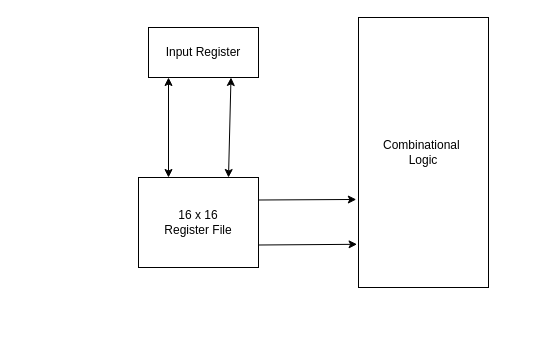
dana-66/Cryptographic-coprocessor keeps this draw.io diagram as Untitled Diagram.drawio. Above is the earlier version. Source tidied: cells renumbered, new cells numbered last; positions are measured from the earlier drawing's top-left corner, leaving out a move shared by most shapes. Both pictures are drawn from the tidied source at 100%, with x=0, y=0 at pixel (138, 17).
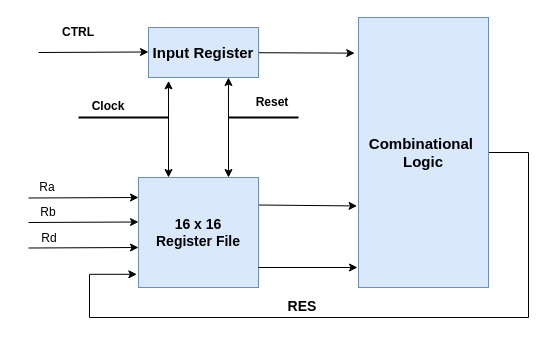
After the change.

The edit, as a diff of the source:
```diff
@@
+    <mxCell id="9" style="rounded=0;jettySize=auto;html=1;entryX=-0.029;entryY=0.132;entryDx=0;entryDy=0;entryPerimeter=0;" parent="1" edge="1" source="2" target="8">
+      <mxGeometry relative="1" as="geometry" />
+    </mxCell>
-    <mxCell id="2" value="Input Register" style="rounded=0;whiteSpace=wrap;html=1;" parent="1" vertex="1">
+    <mxCell id="2" value="&lt;b&gt;&lt;font style=&quot;font-size: 15px;&quot;&gt;Input Register&lt;/font&gt;&lt;/b&gt;" style="rounded=0;whiteSpace=wrap;html=1;fillColor=#dae8fc;strokeColor=#6c8ebf;" parent="1" vertex="1">
       <mxGeometry x="10" y="10" width="110" height="50" as="geometry" />
     </mxCell>
-    <mxCell id="3" style="rounded=0;jettySize=auto;html=1;entryX=0.75;entryY=1;entryDx=0;entryDy=0;exitX=0.75;exitY=0;exitDx=0;exitDy=0;startArrow=classic;startFill=1;" parent="1" edge="1" source="7" target="2">
+    <mxCell id="3" style="rounded=0;jettySize=auto;html=1;exitX=0.75;exitY=0;exitDx=0;exitDy=0;startArrow=classic;startFill=1;entryX=0.727;entryY=1;entryDx=0;entryDy=0;entryPerimeter=0;" parent="1" edge="1" source="7" target="2">
       <mxGeometry relative="1" as="geometry" />
     </mxCell>
-    <mxCell id="4" style="rounded=0;jettySize=auto;html=1;exitX=0.25;exitY=0;exitDx=0;exitDy=0;startArrow=classic;startFill=1;" parent="1" edge="1" source="7">
-      <mxGeometry relative="1" as="geometry">
-        <mxPoint x="30" y="60" as="targetPoint" />
-      </mxGeometry>
+    <mxCell id="4" style="rounded=0;jettySize=auto;html=1;exitX=0.25;exitY=0;exitDx=0;exitDy=0;startArrow=classic;startFill=1;entryX=0.182;entryY=1.067;entryDx=0;entryDy=0;entryPerimeter=0;" parent="1" edge="1" source="7" target="2">
+      <mxGeometry relative="1" as="geometry" />
     </mxCell>
-    <mxCell id="5" style="rounded=0;jettySize=auto;html=1;exitX=1;exitY=0.25;exitDx=0;exitDy=0;entryX=-0.017;entryY=0.674;entryDx=0;entryDy=0;entryPerimeter=0;" parent="1" edge="1" source="7" target="8">
-      <mxGeometry relative="1" as="geometry" />
-    </mxCell>
-    <mxCell id="6" style="rounded=0;jettySize=auto;html=1;exitX=1;exitY=0.75;exitDx=0;exitDy=0;entryX=-0.011;entryY=0.84;entryDx=0;entryDy=0;entryPerimeter=0;" parent="1" edge="1" source="7" target="8">
-      <mxGeometry relative="1" as="geometry" />
-    </mxCell>
+    <mxCell id="10" style="rounded=0;jettySize=auto;html=1;exitX=1;exitY=0.25;exitDx=0;exitDy=0;entryX=-0.011;entryY=0.698;entryDx=0;entryDy=0;entryPerimeter=0;" parent="1" edge="1" source="7" target="8">
+      <mxGeometry relative="1" as="geometry" />
+    </mxCell>
-    <mxCell id="7" value="16 x 16&lt;br&gt;Register File" style="rounded=0;whiteSpace=wrap;html=1;" parent="1" vertex="1">
-      <mxGeometry y="160" width="120" height="90" as="geometry" />
+    <mxCell id="7" value="&lt;b style=&quot;font-size: 14px;&quot;&gt;16 x 16&lt;br&gt;Register File&lt;/b&gt;" style="rounded=0;whiteSpace=wrap;html=1;fillColor=#dae8fc;strokeColor=#6c8ebf;" parent="1" vertex="1">
+      <mxGeometry y="160" width="120" height="110" as="geometry" />
     </mxCell>
+    <mxCell id="11" style="edgeStyle=orthogonalEdgeStyle;rounded=0;jettySize=auto;html=1;exitX=1;exitY=0.5;exitDx=0;exitDy=0;entryX=-0.014;entryY=0.88;entryDx=0;entryDy=0;entryPerimeter=0;" parent="1" edge="1" source="8" target="7">
+      <mxGeometry relative="1" as="geometry">
+        <Array as="points">
+          <mxPoint x="390" y="135" />
+          <mxPoint x="390" y="300" />
+          <mxPoint x="-49" y="300" />
+          <mxPoint x="-49" y="257" />
+        </Array>
+      </mxGeometry>
+    </mxCell>
-    <mxCell id="8" value="Combinational&amp;nbsp;&lt;br&gt;Logic" style="rounded=0;whiteSpace=wrap;html=1;" parent="1" vertex="1">
+    <mxCell id="8" value="&lt;b style=&quot;font-size: 15px;&quot;&gt;Combinational&amp;nbsp;&lt;br&gt;Logic&lt;/b&gt;" style="rounded=0;whiteSpace=wrap;html=1;fillColor=#dae8fc;strokeColor=#6c8ebf;" parent="1" vertex="1">
       <mxGeometry x="220" width="130" height="270" as="geometry" />
     </mxCell>
+    <mxCell id="12" style="endArrow=classic;html=1;rounded=0;" parent="1" edge="1">
+      <mxGeometry relative="1" as="geometry">
+        <mxPoint x="-100" y="35" as="sourcePoint" />
+        <mxPoint x="10" y="34.5" as="targetPoint" />
+      </mxGeometry>
+    </mxCell>
+    <mxCell id="13" value="&lt;b&gt;CTRL&lt;/b&gt;" style="text;html=1;strokeColor=none;fillColor=none;align=center;verticalAlign=middle;whiteSpace=wrap;rounded=0;" parent="1" vertex="1">
+      <mxGeometry x="-90" width="60" height="30" as="geometry" />
+    </mxCell>
+    <mxCell id="14" style="endArrow=none;html=1;rounded=0;strokeWidth=2;" parent="1" edge="1">
+      <mxGeometry relative="1" as="geometry">
+        <mxPoint x="-60" y="100" as="sourcePoint" />
+        <mxPoint x="30" y="100" as="targetPoint" />
+      </mxGeometry>
+    </mxCell>
+    <mxCell id="15" style="endArrow=none;html=1;rounded=0;strokeWidth=2;" parent="1" edge="1">
+      <mxGeometry relative="1" as="geometry">
+        <mxPoint x="90" y="100" as="sourcePoint" />
+        <mxPoint x="160" y="100" as="targetPoint" />
+      </mxGeometry>
+    </mxCell>
+    <mxCell id="16" value="&lt;b&gt;Reset&lt;/b&gt;" style="text;html=1;strokeColor=none;fillColor=none;align=center;verticalAlign=middle;whiteSpace=wrap;rounded=0;" parent="1" vertex="1">
+      <mxGeometry x="104" y="70" width="60" height="30" as="geometry" />
+    </mxCell>
+    <mxCell id="17" value="&lt;b&gt;Clock&lt;/b&gt;" style="text;html=1;strokeColor=none;fillColor=none;align=center;verticalAlign=middle;whiteSpace=wrap;rounded=0;" parent="1" vertex="1">
+      <mxGeometry x="-60" y="74" width="60" height="30" as="geometry" />
+    </mxCell>
+    <mxCell id="18" style="endArrow=classic;html=1;rounded=0;" parent="1" edge="1">
+      <mxGeometry relative="1" as="geometry">
+        <mxPoint x="-110" y="180.5" as="sourcePoint" />
+        <mxPoint y="180" as="targetPoint" />
+      </mxGeometry>
+    </mxCell>
+    <mxCell id="19" style="endArrow=classic;html=1;rounded=0;" parent="1" edge="1">
+      <mxGeometry relative="1" as="geometry">
+        <mxPoint x="-110" y="205" as="sourcePoint" />
+        <mxPoint y="204.5" as="targetPoint" />
+      </mxGeometry>
+    </mxCell>
+    <mxCell id="20" style="endArrow=classic;html=1;rounded=0;" parent="1" edge="1">
+      <mxGeometry relative="1" as="geometry">
+        <mxPoint x="-110" y="230.5" as="sourcePoint" />
+        <mxPoint y="230" as="targetPoint" />
+      </mxGeometry>
+    </mxCell>
+    <mxCell id="21" value="Ra" style="text;html=1;strokeColor=none;fillColor=none;align=center;verticalAlign=middle;whiteSpace=wrap;rounded=0;" parent="1" vertex="1">
+      <mxGeometry x="-121" y="155" width="60" height="30" as="geometry" />
+    </mxCell>
+    <mxCell id="22" value="Rb" style="text;html=1;strokeColor=none;fillColor=none;align=center;verticalAlign=middle;whiteSpace=wrap;rounded=0;" parent="1" vertex="1">
+      <mxGeometry x="-120" y="180" width="60" height="30" as="geometry" />
+    </mxCell>
+    <mxCell id="23" value="Rd" style="text;html=1;strokeColor=none;fillColor=none;align=center;verticalAlign=middle;whiteSpace=wrap;rounded=0;" parent="1" vertex="1">
+      <mxGeometry x="-119" y="206" width="60" height="30" as="geometry" />
+    </mxCell>
+    <mxCell id="24" style="rounded=0;orthogonalLoop=1;jettySize=auto;html=1;exitX=1;exitY=0.25;exitDx=0;exitDy=0;entryX=-0.011;entryY=0.698;entryDx=0;entryDy=0;entryPerimeter=0;" parent="1" edge="1">
+      <mxGeometry relative="1" as="geometry">
+        <mxPoint x="120" y="250" as="sourcePoint" />
+        <mxPoint x="219" y="250" as="targetPoint" />
+      </mxGeometry>
+    </mxCell>
+    <mxCell id="25" value="&lt;b&gt;&lt;font style=&quot;font-size: 14px;&quot;&gt;RES&lt;/font&gt;&lt;/b&gt;" style="text;html=1;strokeColor=none;fillColor=none;align=center;verticalAlign=middle;whiteSpace=wrap;rounded=0;" parent="1" vertex="1">
+      <mxGeometry x="134" y="274" width="60" height="30" as="geometry" />
+    </mxCell>
```
